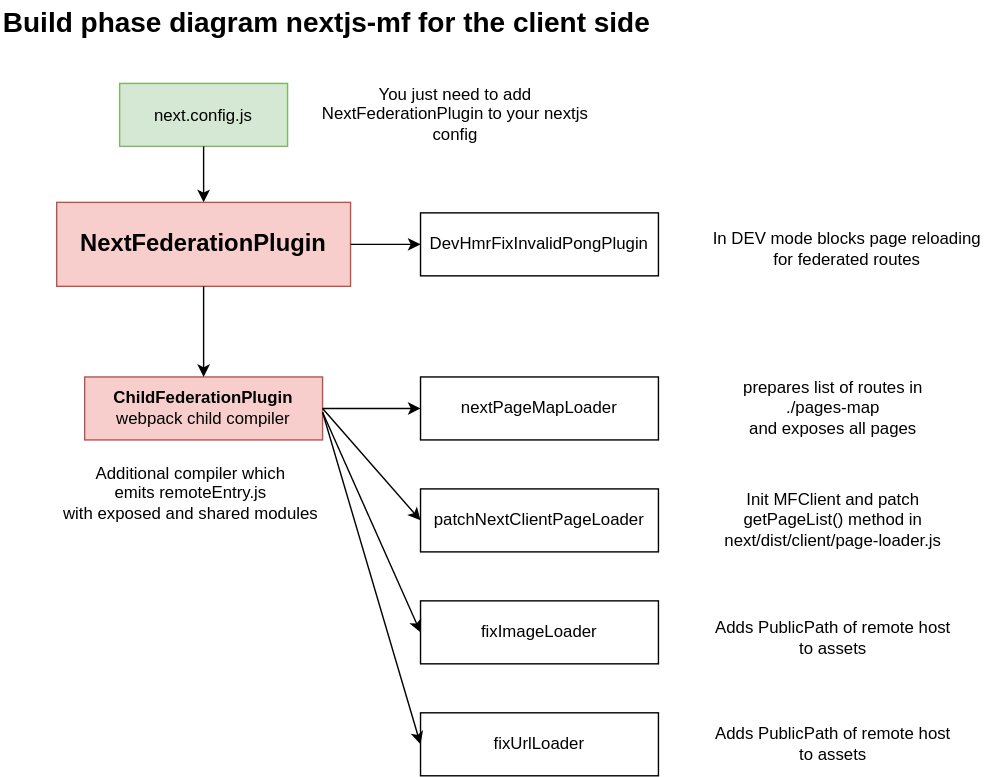
Above: src/client/diagram-build.drawio.svg in module-federation/core (draw.io), before the change. Source tidied: cells renumbered, new cells last; positions are measured from the earlier drawing's top-left corner, leaving out a move shared by most shapes. Source of this version:
```xml
<mxGraphModel>
  <root>
    <mxCell id="0" />
    <mxCell id="1" parent="0" />
    <mxCell id="2" value="NextFederationPlugin" style="rounded=0;whiteSpace=wrap;html=1;fontStyle=1;fontSize=17;fillColor=#f8cecc;strokeColor=#b85450;" parent="1" vertex="1">
      <mxGeometry x="40" y="144" width="210" height="60" as="geometry" />
    </mxCell>
    <mxCell id="3" value="nextPageMapLoader" style="rounded=0;whiteSpace=wrap;html=1;" parent="1" vertex="1">
      <mxGeometry x="300" y="268.8" width="170" height="45" as="geometry" />
    </mxCell>
    <mxCell id="4" value="Build phase diagram nextjs-mf for the client side" style="text;html=1;strokeColor=none;fillColor=none;align=left;verticalAlign=middle;whiteSpace=wrap;rounded=0;fontSize=20;fontStyle=1;" parent="1" vertex="1">
      <mxGeometry width="540" height="30" as="geometry" />
    </mxCell>
    <mxCell id="5" value="next.config.js" style="rounded=0;whiteSpace=wrap;html=1;fillColor=#d5e8d4;strokeColor=#82b366;" parent="1" vertex="1">
      <mxGeometry x="85" y="59" width="120" height="45" as="geometry" />
    </mxCell>
    <mxCell id="6" value="patchNextClientPageLoader" style="rounded=0;whiteSpace=wrap;html=1;" parent="1" vertex="1">
      <mxGeometry x="300" y="348.8" width="170" height="45" as="geometry" />
    </mxCell>
    <mxCell id="7" value="fixImageLoader" style="rounded=0;whiteSpace=wrap;html=1;" parent="1" vertex="1">
      <mxGeometry x="300" y="428.8" width="170" height="45" as="geometry" />
    </mxCell>
    <mxCell id="8" value="fixUrlLoader" style="rounded=0;whiteSpace=wrap;html=1;" parent="1" vertex="1">
      <mxGeometry x="300" y="508.8" width="170" height="45" as="geometry" />
    </mxCell>
    <mxCell id="9" value="prepares list of routes in&lt;br&gt;./pages-map&lt;br&gt;and exposes all pages" style="text;html=1;strokeColor=none;fillColor=none;align=center;verticalAlign=middle;whiteSpace=wrap;rounded=0;" parent="1" vertex="1">
      <mxGeometry x="490" y="264" width="210" height="54.5" as="geometry" />
    </mxCell>
    <mxCell id="10" value="Init MFClient and patch getPageList()&amp;nbsp;method in&lt;br&gt;next/dist/client/page-loader.js" style="text;html=1;strokeColor=none;fillColor=none;align=center;verticalAlign=middle;whiteSpace=wrap;rounded=0;" parent="1" vertex="1">
      <mxGeometry x="490" y="338.8" width="210" height="65" as="geometry" />
    </mxCell>
    <mxCell id="11" value="Adds PublicPath of remote host &lt;br&gt;to assets" style="text;html=1;strokeColor=none;fillColor=none;align=center;verticalAlign=middle;whiteSpace=wrap;rounded=0;" parent="1" vertex="1">
      <mxGeometry x="490" y="438.8" width="210" height="32" as="geometry" />
    </mxCell>
    <mxCell id="12" value="Adds PublicPath of remote host&lt;br&gt;to assets" style="text;html=1;strokeColor=none;fillColor=none;align=center;verticalAlign=middle;whiteSpace=wrap;rounded=0;" parent="1" vertex="1">
      <mxGeometry x="490" y="515.2" width="210" height="32" as="geometry" />
    </mxCell>
    <mxCell id="13" value="DevHmrFixInvalidPongPlugin" style="rounded=0;whiteSpace=wrap;html=1;" parent="1" vertex="1">
      <mxGeometry x="300" y="151.5" width="170" height="45" as="geometry" />
    </mxCell>
    <mxCell id="14" value="&lt;b&gt;ChildFederationPlugin&lt;/b&gt;&lt;br&gt;webpack child compiler" style="rounded=0;whiteSpace=wrap;html=1;fillColor=#f8cecc;strokeColor=#b85450;" parent="1" vertex="1">
      <mxGeometry x="60" y="268.8" width="170" height="45" as="geometry" />
    </mxCell>
    <mxCell id="15" style="endArrow=classic;html=1;exitX=0.5;exitY=1;exitDx=0;exitDy=0;entryX=0.5;entryY=0;entryDx=0;entryDy=0;" parent="1" edge="1" source="2" target="14">
      <mxGeometry relative="1" as="geometry" />
    </mxCell>
    <mxCell id="16" style="endArrow=classic;html=1;exitX=0.5;exitY=1;exitDx=0;exitDy=0;entryX=0.5;entryY=0;entryDx=0;entryDy=0;" parent="1" edge="1" source="5" target="2">
      <mxGeometry relative="1" as="geometry" />
    </mxCell>
    <mxCell id="17" style="endArrow=classic;html=1;exitX=1;exitY=0.5;exitDx=0;exitDy=0;entryX=0;entryY=0.5;entryDx=0;entryDy=0;" parent="1" edge="1" source="14" target="3">
      <mxGeometry relative="1" as="geometry" />
    </mxCell>
    <mxCell id="18" style="endArrow=classic;html=1;exitX=1;exitY=0.5;exitDx=0;exitDy=0;entryX=0;entryY=0.5;entryDx=0;entryDy=0;" parent="1" edge="1" source="14" target="6">
      <mxGeometry relative="1" as="geometry" />
    </mxCell>
    <mxCell id="19" style="endArrow=classic;html=1;entryX=0;entryY=0.5;entryDx=0;entryDy=0;" parent="1" edge="1" target="7">
      <mxGeometry relative="1" as="geometry">
        <mxPoint x="230" y="294" as="sourcePoint" />
      </mxGeometry>
    </mxCell>
    <mxCell id="20" style="endArrow=classic;html=1;entryX=0;entryY=0.5;entryDx=0;entryDy=0;" parent="1" edge="1" target="8">
      <mxGeometry relative="1" as="geometry">
        <mxPoint x="230" y="294" as="sourcePoint" />
      </mxGeometry>
    </mxCell>
    <mxCell id="21" style="endArrow=classic;html=1;exitX=1;exitY=0.5;exitDx=0;exitDy=0;entryX=0;entryY=0.5;entryDx=0;entryDy=0;" parent="1" edge="1" source="2" target="13">
      <mxGeometry relative="1" as="geometry" />
    </mxCell>
    <mxCell id="22" value="In DEV mode blocks page reloading for federated routes" style="text;html=1;strokeColor=none;fillColor=none;align=center;verticalAlign=middle;whiteSpace=wrap;rounded=0;" parent="1" vertex="1">
      <mxGeometry x="500" y="149.5" width="210" height="54.5" as="geometry" />
    </mxCell>
    <mxCell id="23" value="Additional compiler which&lt;br&gt;emits remoteEntry.js &lt;br&gt;with exposed and shared modules" style="text;html=1;strokeColor=none;fillColor=none;align=center;verticalAlign=middle;whiteSpace=wrap;rounded=0;" parent="1" vertex="1">
      <mxGeometry x="31" y="319.5" width="210" height="65" as="geometry" />
    </mxCell>
    <mxCell id="24" value="You just need to add NextFederationPlugin to your nextjs config" style="text;html=1;strokeColor=none;fillColor=none;align=center;verticalAlign=middle;whiteSpace=wrap;rounded=0;" parent="1" vertex="1">
      <mxGeometry x="220" y="54.2" width="210" height="54.5" as="geometry" />
    </mxCell>
  </root>
</mxGraphModel>
```
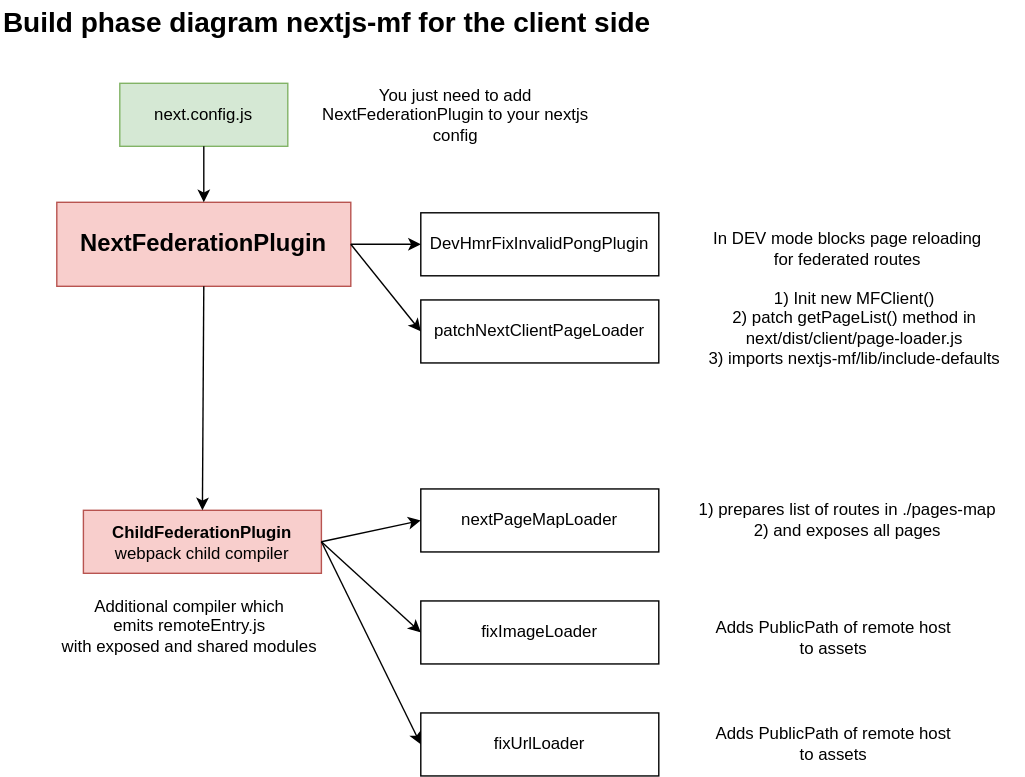
Later version of the same file.

Commit message:
docs: fix build diagram error

Change to the diagram source:
```diff
@@ -6,7 +6,7 @@
       <mxGeometry x="40" y="144" width="210" height="60" as="geometry" />
     </mxCell>
     <mxCell id="3" value="nextPageMapLoader" style="rounded=0;whiteSpace=wrap;html=1;" parent="1" vertex="1">
-      <mxGeometry x="300" y="268.8" width="170" height="45" as="geometry" />
+      <mxGeometry x="300" y="348.8" width="170" height="45" as="geometry" />
     </mxCell>
     <mxCell id="4" value="Build phase diagram nextjs-mf for the client side" style="text;html=1;strokeColor=none;fillColor=none;align=left;verticalAlign=middle;whiteSpace=wrap;rounded=0;fontSize=20;fontStyle=1;" parent="1" vertex="1">
       <mxGeometry width="540" height="30" as="geometry" />
@@ -15,7 +15,7 @@
       <mxGeometry x="85" y="59" width="120" height="45" as="geometry" />
     </mxCell>
     <mxCell id="6" value="patchNextClientPageLoader" style="rounded=0;whiteSpace=wrap;html=1;" parent="1" vertex="1">
-      <mxGeometry x="300" y="348.8" width="170" height="45" as="geometry" />
+      <mxGeometry x="300" y="213.8" width="170" height="45" as="geometry" />
     </mxCell>
     <mxCell id="7" value="fixImageLoader" style="rounded=0;whiteSpace=wrap;html=1;" parent="1" vertex="1">
       <mxGeometry x="300" y="428.8" width="170" height="45" as="geometry" />
@@ -23,11 +23,11 @@
     <mxCell id="8" value="fixUrlLoader" style="rounded=0;whiteSpace=wrap;html=1;" parent="1" vertex="1">
       <mxGeometry x="300" y="508.8" width="170" height="45" as="geometry" />
     </mxCell>
-    <mxCell id="9" value="prepares list of routes in&lt;br&gt;./pages-map&lt;br&gt;and exposes all pages" style="text;html=1;strokeColor=none;fillColor=none;align=center;verticalAlign=middle;whiteSpace=wrap;rounded=0;" parent="1" vertex="1">
-      <mxGeometry x="490" y="264" width="210" height="54.5" as="geometry" />
+    <mxCell id="9" value="&amp;nbsp;&lt;br&gt;1) prepares list of routes in ./pages-map&lt;br&gt;2) and exposes all pages" style="text;html=1;strokeColor=none;fillColor=none;align=center;verticalAlign=middle;whiteSpace=wrap;rounded=0;" parent="1" vertex="1">
+      <mxGeometry x="490" y="344" width="230" height="40" as="geometry" />
     </mxCell>
-    <mxCell id="10" value="Init MFClient and patch getPageList()&amp;nbsp;method in&lt;br&gt;next/dist/client/page-loader.js" style="text;html=1;strokeColor=none;fillColor=none;align=center;verticalAlign=middle;whiteSpace=wrap;rounded=0;" parent="1" vertex="1">
-      <mxGeometry x="490" y="338.8" width="210" height="65" as="geometry" />
+    <mxCell id="10" value="1) Init new MFClient()&lt;br&gt;2) patch getPageList()&amp;nbsp;method in&lt;br&gt;next/dist/client/page-loader.js&lt;br&gt;3) imports&amp;nbsp;nextjs-mf/lib/include-defaults" style="text;html=1;strokeColor=none;fillColor=none;align=center;verticalAlign=middle;whiteSpace=wrap;rounded=0;" parent="1" vertex="1">
+      <mxGeometry x="490" y="199" width="240" height="69.8" as="geometry" />
     </mxCell>
     <mxCell id="11" value="Adds PublicPath of remote host &lt;br&gt;to assets" style="text;html=1;strokeColor=none;fillColor=none;align=center;verticalAlign=middle;whiteSpace=wrap;rounded=0;" parent="1" vertex="1">
       <mxGeometry x="490" y="438.8" width="210" height="32" as="geometry" />
@@ -39,7 +39,7 @@
       <mxGeometry x="300" y="151.5" width="170" height="45" as="geometry" />
     </mxCell>
     <mxCell id="14" value="&lt;b&gt;ChildFederationPlugin&lt;/b&gt;&lt;br&gt;webpack child compiler" style="rounded=0;whiteSpace=wrap;html=1;fillColor=#f8cecc;strokeColor=#b85450;" parent="1" vertex="1">
-      <mxGeometry x="60" y="268.8" width="170" height="45" as="geometry" />
+      <mxGeometry x="59" y="364" width="170" height="45" as="geometry" />
     </mxCell>
     <mxCell id="15" style="endArrow=classic;html=1;exitX=0.5;exitY=1;exitDx=0;exitDy=0;entryX=0.5;entryY=0;entryDx=0;entryDy=0;" parent="1" edge="1" source="2" target="14">
       <mxGeometry relative="1" as="geometry" />
@@ -50,18 +50,14 @@
     <mxCell id="17" style="endArrow=classic;html=1;exitX=1;exitY=0.5;exitDx=0;exitDy=0;entryX=0;entryY=0.5;entryDx=0;entryDy=0;" parent="1" edge="1" source="14" target="3">
       <mxGeometry relative="1" as="geometry" />
     </mxCell>
-    <mxCell id="18" style="endArrow=classic;html=1;exitX=1;exitY=0.5;exitDx=0;exitDy=0;entryX=0;entryY=0.5;entryDx=0;entryDy=0;" parent="1" edge="1" source="14" target="6">
+    <mxCell id="18" style="endArrow=classic;html=1;exitX=1;exitY=0.5;exitDx=0;exitDy=0;entryX=0;entryY=0.5;entryDx=0;entryDy=0;" parent="1" edge="1" source="2" target="6">
       <mxGeometry relative="1" as="geometry" />
     </mxCell>
-    <mxCell id="19" style="endArrow=classic;html=1;entryX=0;entryY=0.5;entryDx=0;entryDy=0;" parent="1" edge="1" target="7">
-      <mxGeometry relative="1" as="geometry">
-        <mxPoint x="230" y="294" as="sourcePoint" />
-      </mxGeometry>
+    <mxCell id="19" style="endArrow=classic;html=1;entryX=0;entryY=0.5;entryDx=0;entryDy=0;exitX=1;exitY=0.5;exitDx=0;exitDy=0;" parent="1" edge="1" source="14" target="7">
+      <mxGeometry relative="1" as="geometry" />
     </mxCell>
-    <mxCell id="20" style="endArrow=classic;html=1;entryX=0;entryY=0.5;entryDx=0;entryDy=0;" parent="1" edge="1" target="8">
-      <mxGeometry relative="1" as="geometry">
-        <mxPoint x="230" y="294" as="sourcePoint" />
-      </mxGeometry>
+    <mxCell id="20" style="endArrow=classic;html=1;entryX=0;entryY=0.5;entryDx=0;entryDy=0;exitX=1;exitY=0.5;exitDx=0;exitDy=0;" parent="1" edge="1" source="14" target="8">
+      <mxGeometry relative="1" as="geometry" />
     </mxCell>
     <mxCell id="21" style="endArrow=classic;html=1;exitX=1;exitY=0.5;exitDx=0;exitDy=0;entryX=0;entryY=0.5;entryDx=0;entryDy=0;" parent="1" edge="1" source="2" target="13">
       <mxGeometry relative="1" as="geometry" />
@@ -70,7 +66,7 @@
       <mxGeometry x="500" y="149.5" width="210" height="54.5" as="geometry" />
     </mxCell>
     <mxCell id="23" value="Additional compiler which&lt;br&gt;emits remoteEntry.js &lt;br&gt;with exposed and shared modules" style="text;html=1;strokeColor=none;fillColor=none;align=center;verticalAlign=middle;whiteSpace=wrap;rounded=0;" parent="1" vertex="1">
-      <mxGeometry x="31" y="319.5" width="210" height="65" as="geometry" />
+      <mxGeometry x="30" y="414.8" width="210" height="65" as="geometry" />
     </mxCell>
     <mxCell id="24" value="You just need to add NextFederationPlugin to your nextjs config" style="text;html=1;strokeColor=none;fillColor=none;align=center;verticalAlign=middle;whiteSpace=wrap;rounded=0;" parent="1" vertex="1">
       <mxGeometry x="220" y="54.2" width="210" height="54.5" as="geometry" />
```
